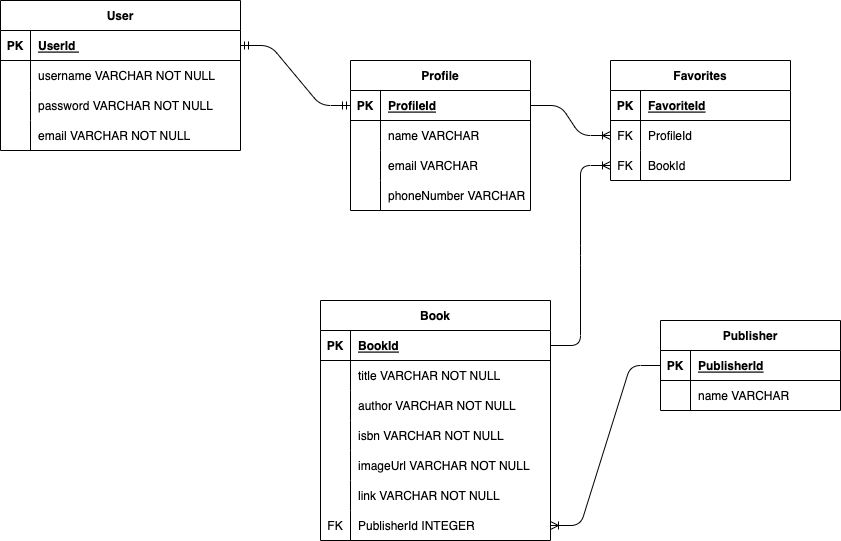
Before: erd.drawio.png, a diagram exported from draw.io (felixleandr/pair-project-book-finder). Source tidied: cells renumbered, new cells last; positions are measured from the earlier drawing's top-left corner, leaving out a move shared by most shapes.
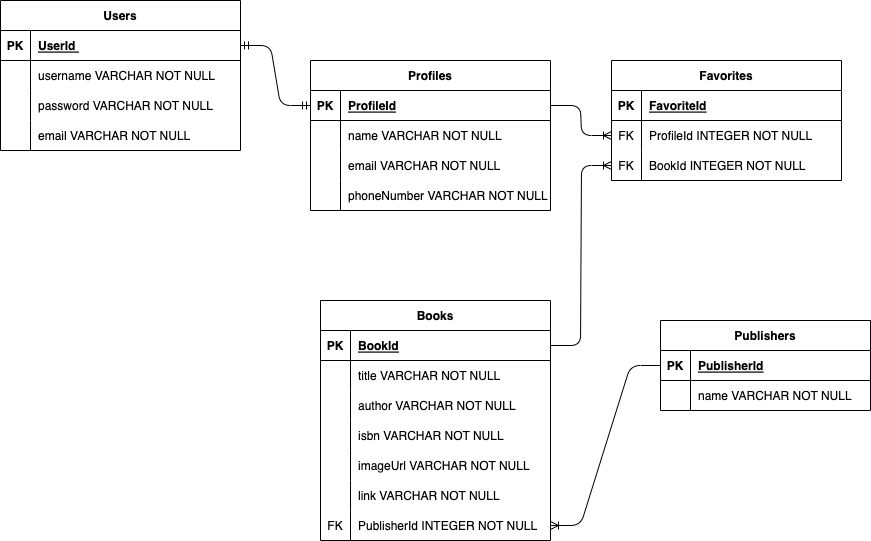
Later version of the same file.

Change to the diagram source:
```diff
@@ -2,7 +2,7 @@
   <root>
     <mxCell id="0" />
     <mxCell id="1" parent="0" />
-    <mxCell id="2" value="User" style="shape=table;startSize=30;rowLines=0;fontStyle=1;align=center;" parent="1" vertex="1">
+    <mxCell id="2" value="Users" style="shape=table;startSize=30;rowLines=0;fontStyle=1;align=center;" parent="1" vertex="1">
       <mxGeometry width="240" height="150" as="geometry" />
     </mxCell>
     <mxCell id="3" style="shape=tableRow;horizontal=0;startSize=0;swimlaneHead=0;swimlaneBody=0;fillColor=none;points=[[0,0.5],[1,0.5]];portConstraint=eastwest;top=0;left=0;right=0;bottom=1;" parent="2" vertex="1">
@@ -41,7 +41,7 @@
     <mxCell id="14" value="email VARCHAR NOT NULL" style="shape=partialRectangle;fillColor=none;top=0;left=0;bottom=0;right=0;align=left;spacingLeft=6;overflow=hidden;" parent="12" vertex="1">
       <mxGeometry x="30" width="210" height="30" as="geometry" />
     </mxCell>
-    <mxCell id="15" value="Book" style="shape=table;startSize=30;rowLines=0;fontStyle=1;align=center;" parent="1" vertex="1">
+    <mxCell id="15" value="Books" style="shape=table;startSize=30;rowLines=0;fontStyle=1;align=center;" parent="1" vertex="1">
       <mxGeometry x="320" y="300" width="230" height="240" as="geometry" />
     </mxCell>
     <mxCell id="16" style="shape=tableRow;horizontal=0;startSize=0;swimlaneHead=0;swimlaneBody=0;fillColor=none;points=[[0,0.5],[1,0.5]];portConstraint=eastwest;top=0;left=0;right=0;bottom=1;" parent="15" vertex="1">
@@ -104,68 +104,68 @@
     <mxCell id="35" value="FK" style="shape=partialRectangle;fillColor=none;top=0;left=0;bottom=0;right=0;overflow=hidden;" parent="34" vertex="1">
       <mxGeometry width="30" height="30" as="geometry" />
     </mxCell>
-    <mxCell id="36" value="PublisherId INTEGER" style="shape=partialRectangle;fillColor=none;top=0;left=0;bottom=0;right=0;align=left;spacingLeft=6;overflow=hidden;" parent="34" vertex="1">
+    <mxCell id="36" value="PublisherId INTEGER NOT NULL" style="shape=partialRectangle;fillColor=none;top=0;left=0;bottom=0;right=0;align=left;spacingLeft=6;overflow=hidden;" parent="34" vertex="1">
       <mxGeometry x="30" width="200" height="30" as="geometry" />
     </mxCell>
-    <mxCell id="37" value="Publisher" style="shape=table;startSize=30;rowLines=0;fontStyle=1;align=center;" parent="1" vertex="1">
-      <mxGeometry x="660" y="320" width="180" height="90" as="geometry" />
+    <mxCell id="37" value="Publishers" style="shape=table;startSize=30;rowLines=0;fontStyle=1;align=center;" parent="1" vertex="1">
+      <mxGeometry x="660" y="320" width="210" height="90" as="geometry" />
     </mxCell>
     <mxCell id="38" style="shape=tableRow;horizontal=0;startSize=0;swimlaneHead=0;swimlaneBody=0;fillColor=none;points=[[0,0.5],[1,0.5]];portConstraint=eastwest;top=0;left=0;right=0;bottom=1;" parent="37" vertex="1">
-      <mxGeometry y="30" width="180" height="30" as="geometry" />
+      <mxGeometry y="30" width="210" height="30" as="geometry" />
     </mxCell>
     <mxCell id="39" value="PK" style="shape=partialRectangle;fillColor=none;top=0;left=0;bottom=0;right=0;fontStyle=1;overflow=hidden;" parent="38" vertex="1">
       <mxGeometry width="30" height="30" as="geometry" />
     </mxCell>
     <mxCell id="40" value="PublisherId" style="shape=partialRectangle;fillColor=none;top=0;left=0;bottom=0;right=0;align=left;spacingLeft=6;fontStyle=5;overflow=hidden;" parent="38" vertex="1">
-      <mxGeometry x="30" width="150" height="30" as="geometry" />
+      <mxGeometry x="30" width="180" height="30" as="geometry" />
     </mxCell>
     <mxCell id="41" style="shape=tableRow;horizontal=0;startSize=0;swimlaneHead=0;swimlaneBody=0;fillColor=none;top=0;left=0;right=0;bottom=0;" parent="37" vertex="1">
-      <mxGeometry y="60" width="180" height="30" as="geometry" />
+      <mxGeometry y="60" width="210" height="30" as="geometry" />
     </mxCell>
     <mxCell id="42" style="shape=partialRectangle;fillColor=none;top=0;left=0;bottom=0;right=0;overflow=hidden;" parent="41" vertex="1">
       <mxGeometry width="30" height="30" as="geometry" />
     </mxCell>
-    <mxCell id="43" value="name VARCHAR" style="shape=partialRectangle;fillColor=none;top=0;left=0;bottom=0;right=0;align=left;spacingLeft=6;overflow=hidden;" parent="41" vertex="1">
-      <mxGeometry x="30" width="150" height="30" as="geometry" />
+    <mxCell id="43" value="name VARCHAR NOT NULL" style="shape=partialRectangle;fillColor=none;top=0;left=0;bottom=0;right=0;align=left;spacingLeft=6;overflow=hidden;" parent="41" vertex="1">
+      <mxGeometry x="30" width="180" height="30" as="geometry" />
     </mxCell>
-    <mxCell id="44" value="Profile" style="shape=table;startSize=30;rowLines=0;fontStyle=1;align=center;" parent="1" vertex="1">
-      <mxGeometry x="350" y="60" width="180" height="150" as="geometry" />
+    <mxCell id="44" value="Profiles" style="shape=table;startSize=30;rowLines=0;fontStyle=1;align=center;" parent="1" vertex="1">
+      <mxGeometry x="310" y="60" width="240" height="150" as="geometry" />
     </mxCell>
     <mxCell id="45" style="shape=tableRow;horizontal=0;startSize=0;swimlaneHead=0;swimlaneBody=0;fillColor=none;points=[[0,0.5],[1,0.5]];portConstraint=eastwest;top=0;left=0;right=0;bottom=1;" parent="44" vertex="1">
-      <mxGeometry y="30" width="180" height="30" as="geometry" />
+      <mxGeometry y="30" width="240" height="30" as="geometry" />
     </mxCell>
     <mxCell id="46" value="PK" style="shape=partialRectangle;fillColor=none;top=0;left=0;bottom=0;right=0;fontStyle=1;overflow=hidden;" parent="45" vertex="1">
       <mxGeometry width="30" height="30" as="geometry" />
     </mxCell>
     <mxCell id="47" value="ProfileId" style="shape=partialRectangle;fillColor=none;top=0;left=0;bottom=0;right=0;align=left;spacingLeft=6;fontStyle=5;overflow=hidden;" parent="45" vertex="1">
-      <mxGeometry x="30" width="150" height="30" as="geometry" />
+      <mxGeometry x="30" width="210" height="30" as="geometry" />
     </mxCell>
     <mxCell id="48" style="shape=tableRow;horizontal=0;startSize=0;swimlaneHead=0;swimlaneBody=0;fillColor=none;top=0;left=0;right=0;bottom=0;" parent="44" vertex="1">
-      <mxGeometry y="60" width="180" height="30" as="geometry" />
+      <mxGeometry y="60" width="240" height="30" as="geometry" />
     </mxCell>
     <mxCell id="49" style="shape=partialRectangle;fillColor=none;top=0;left=0;bottom=0;right=0;overflow=hidden;" parent="48" vertex="1">
       <mxGeometry width="30" height="30" as="geometry" />
     </mxCell>
-    <mxCell id="50" value="name VARCHAR" style="shape=partialRectangle;fillColor=none;top=0;left=0;bottom=0;right=0;align=left;spacingLeft=6;overflow=hidden;" parent="48" vertex="1">
-      <mxGeometry x="30" width="150" height="30" as="geometry" />
+    <mxCell id="50" value="name VARCHAR NOT NULL" style="shape=partialRectangle;fillColor=none;top=0;left=0;bottom=0;right=0;align=left;spacingLeft=6;overflow=hidden;" parent="48" vertex="1">
+      <mxGeometry x="30" width="210" height="30" as="geometry" />
     </mxCell>
     <mxCell id="51" style="shape=tableRow;horizontal=0;startSize=0;swimlaneHead=0;swimlaneBody=0;fillColor=none;top=0;left=0;right=0;bottom=0;" parent="44" vertex="1">
-      <mxGeometry y="90" width="180" height="30" as="geometry" />
+      <mxGeometry y="90" width="240" height="30" as="geometry" />
     </mxCell>
     <mxCell id="52" style="shape=partialRectangle;fillColor=none;top=0;left=0;bottom=0;right=0;overflow=hidden;" parent="51" vertex="1">
       <mxGeometry width="30" height="30" as="geometry" />
     </mxCell>
-    <mxCell id="53" value="email VARCHAR" style="shape=partialRectangle;fillColor=none;top=0;left=0;bottom=0;right=0;align=left;spacingLeft=6;overflow=hidden;" parent="51" vertex="1">
-      <mxGeometry x="30" width="150" height="30" as="geometry" />
+    <mxCell id="53" value="email VARCHAR NOT NULL" style="shape=partialRectangle;fillColor=none;top=0;left=0;bottom=0;right=0;align=left;spacingLeft=6;overflow=hidden;" parent="51" vertex="1">
+      <mxGeometry x="30" width="210" height="30" as="geometry" />
     </mxCell>
     <mxCell id="54" style="shape=tableRow;horizontal=0;startSize=0;swimlaneHead=0;swimlaneBody=0;fillColor=none;top=0;left=0;right=0;bottom=0;" parent="44" vertex="1">
-      <mxGeometry y="120" width="180" height="30" as="geometry" />
+      <mxGeometry y="120" width="240" height="30" as="geometry" />
     </mxCell>
     <mxCell id="55" style="shape=partialRectangle;fillColor=none;top=0;left=0;bottom=0;right=0;overflow=hidden;" parent="54" vertex="1">
       <mxGeometry width="30" height="30" as="geometry" />
     </mxCell>
-    <mxCell id="56" value="phoneNumber VARCHAR " style="shape=partialRectangle;fillColor=none;top=0;left=0;bottom=0;right=0;align=left;spacingLeft=6;overflow=hidden;" parent="54" vertex="1">
-      <mxGeometry x="30" width="150" height="30" as="geometry" />
+    <mxCell id="56" value="phoneNumber VARCHAR NOT NULL" style="shape=partialRectangle;fillColor=none;top=0;left=0;bottom=0;right=0;align=left;spacingLeft=6;overflow=hidden;" parent="54" vertex="1">
+      <mxGeometry x="30" width="210" height="30" as="geometry" />
     </mxCell>
     <mxCell id="57" style="edgeStyle=entityRelationEdgeStyle;fontSize=12;html=1;endArrow=ERoneToMany;exitX=0;exitY=0.5;exitDx=0;exitDy=0;entryX=1;entryY=0.5;entryDx=0;entryDy=0;" parent="1" edge="1" source="38" target="34">
       <mxGeometry relative="1" as="geometry" />
@@ -174,34 +174,34 @@
       <mxGeometry relative="1" as="geometry" />
     </mxCell>
     <mxCell id="59" value="Favorites" style="shape=table;startSize=30;rowLines=0;fontStyle=1;align=center;" parent="1" vertex="1">
-      <mxGeometry x="610" y="60" width="180" height="120" as="geometry" />
+      <mxGeometry x="611" y="60" width="230" height="120" as="geometry" />
     </mxCell>
     <mxCell id="60" style="shape=tableRow;horizontal=0;startSize=0;swimlaneHead=0;swimlaneBody=0;fillColor=none;top=0;left=0;right=0;bottom=1;" parent="59" vertex="1">
-      <mxGeometry y="30" width="180" height="30" as="geometry" />
+      <mxGeometry y="30" width="230" height="30" as="geometry" />
     </mxCell>
     <mxCell id="61" value="PK" style="shape=partialRectangle;fillColor=none;top=0;left=0;bottom=0;right=0;fontStyle=1;overflow=hidden;" parent="60" vertex="1">
       <mxGeometry width="30" height="30" as="geometry" />
     </mxCell>
     <mxCell id="62" value="FavoriteId" style="shape=partialRectangle;fillColor=none;top=0;left=0;bottom=0;right=0;align=left;spacingLeft=6;fontStyle=5;overflow=hidden;" parent="60" vertex="1">
-      <mxGeometry x="30" width="150" height="30" as="geometry" />
+      <mxGeometry x="30" width="200" height="30" as="geometry" />
     </mxCell>
     <mxCell id="63" style="shape=tableRow;horizontal=0;startSize=0;swimlaneHead=0;swimlaneBody=0;fillColor=none;points=[[0,0.5],[1,0.5]];portConstraint=eastwest;top=0;left=0;right=0;bottom=0;" parent="59" vertex="1">
-      <mxGeometry y="60" width="180" height="30" as="geometry" />
+      <mxGeometry y="60" width="230" height="30" as="geometry" />
     </mxCell>
     <mxCell id="64" value="FK" style="shape=partialRectangle;fillColor=none;top=0;left=0;bottom=0;right=0;overflow=hidden;" parent="63" vertex="1">
       <mxGeometry width="30" height="30" as="geometry" />
     </mxCell>
-    <mxCell id="65" value="ProfileId" style="shape=partialRectangle;fillColor=none;top=0;left=0;bottom=0;right=0;align=left;spacingLeft=6;overflow=hidden;" parent="63" vertex="1">
-      <mxGeometry x="30" width="150" height="30" as="geometry" />
+    <mxCell id="65" value="ProfileId INTEGER NOT NULL" style="shape=partialRectangle;fillColor=none;top=0;left=0;bottom=0;right=0;align=left;spacingLeft=6;overflow=hidden;" parent="63" vertex="1">
+      <mxGeometry x="30" width="200" height="30" as="geometry" />
     </mxCell>
     <mxCell id="66" style="shape=tableRow;horizontal=0;startSize=0;swimlaneHead=0;swimlaneBody=0;fillColor=none;points=[[0,0.5],[1,0.5]];portConstraint=eastwest;top=0;left=0;right=0;bottom=0;" parent="59" vertex="1">
-      <mxGeometry y="90" width="180" height="30" as="geometry" />
+      <mxGeometry y="90" width="230" height="30" as="geometry" />
     </mxCell>
     <mxCell id="67" value="FK" style="shape=partialRectangle;fillColor=none;top=0;left=0;bottom=0;right=0;overflow=hidden;" parent="66" vertex="1">
       <mxGeometry width="30" height="30" as="geometry" />
     </mxCell>
-    <mxCell id="68" value="BookId" style="shape=partialRectangle;fillColor=none;top=0;left=0;bottom=0;right=0;align=left;spacingLeft=6;overflow=hidden;" parent="66" vertex="1">
-      <mxGeometry x="30" width="150" height="30" as="geometry" />
+    <mxCell id="68" value="BookId INTEGER NOT NULL" style="shape=partialRectangle;fillColor=none;top=0;left=0;bottom=0;right=0;align=left;spacingLeft=6;overflow=hidden;" parent="66" vertex="1">
+      <mxGeometry x="30" width="200" height="30" as="geometry" />
     </mxCell>
     <mxCell id="69" style="edgeStyle=entityRelationEdgeStyle;fontSize=12;html=1;endArrow=ERoneToMany;entryX=0;entryY=0.5;entryDx=0;entryDy=0;exitX=1;exitY=0.5;exitDx=0;exitDy=0;" parent="1" edge="1" source="45" target="63">
       <mxGeometry relative="1" as="geometry" />
```
